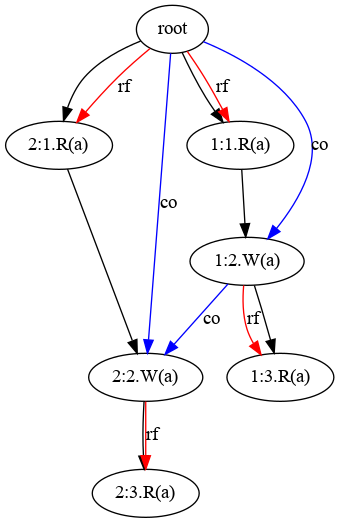
Before: src/main/resources/Visualized_Graphs/Execution_Graph_3.png, a diagram exported from Graphviz (mpi-sws-rse/jmc). Its source is kept beside it as src/main/resources/Visualized_Graphs/Execution_Graph_3.dot.
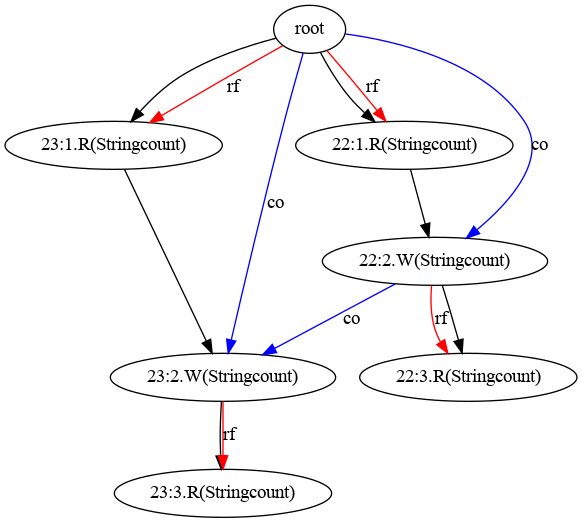
After the change.

Diff of the diagram source:
```diff
@@ -1,21 +1,21 @@
 digraph {
-11 [label="1:1.R(a)"]
-root -> 11;
-root -> 11[color=red, label="rf"];
-21 [label="2:1.R(a)"]
-root -> 21;
-root -> 21[color=red, label="rf"];
-12 [label="1:2.W(a)"]
-11 -> 12;
-13 [label="1:3.R(a)"]
-12 -> 13;
-12 -> 13[color=red, label="rf"];
-22 [label="2:2.W(a)"]
-21 -> 22;
-23 [label="2:3.R(a)"]
-22 -> 23;
-22 -> 23[color=red, label="rf"];
-root -> 12[color=blue, label="co"];
-root -> 22[color=blue, label="co"];
-12 -> 22[color=blue, label="co"];
+221 [label="22:1.R(Stringcount)"]
+root -> 221;
+root -> 221[color=red, label="rf"];
+231 [label="23:1.R(Stringcount)"]
+root -> 231;
+root -> 231[color=red, label="rf"];
+222 [label="22:2.W(Stringcount)"]
+221 -> 222;
+223 [label="22:3.R(Stringcount)"]
+222 -> 223;
+222 -> 223[color=red, label="rf"];
+232 [label="23:2.W(Stringcount)"]
+231 -> 232;
+233 [label="23:3.R(Stringcount)"]
+232 -> 233;
+232 -> 233[color=red, label="rf"];
+root -> 222[color=blue, label="co"];
+root -> 232[color=blue, label="co"];
+222 -> 232[color=blue, label="co"];
 }
```
